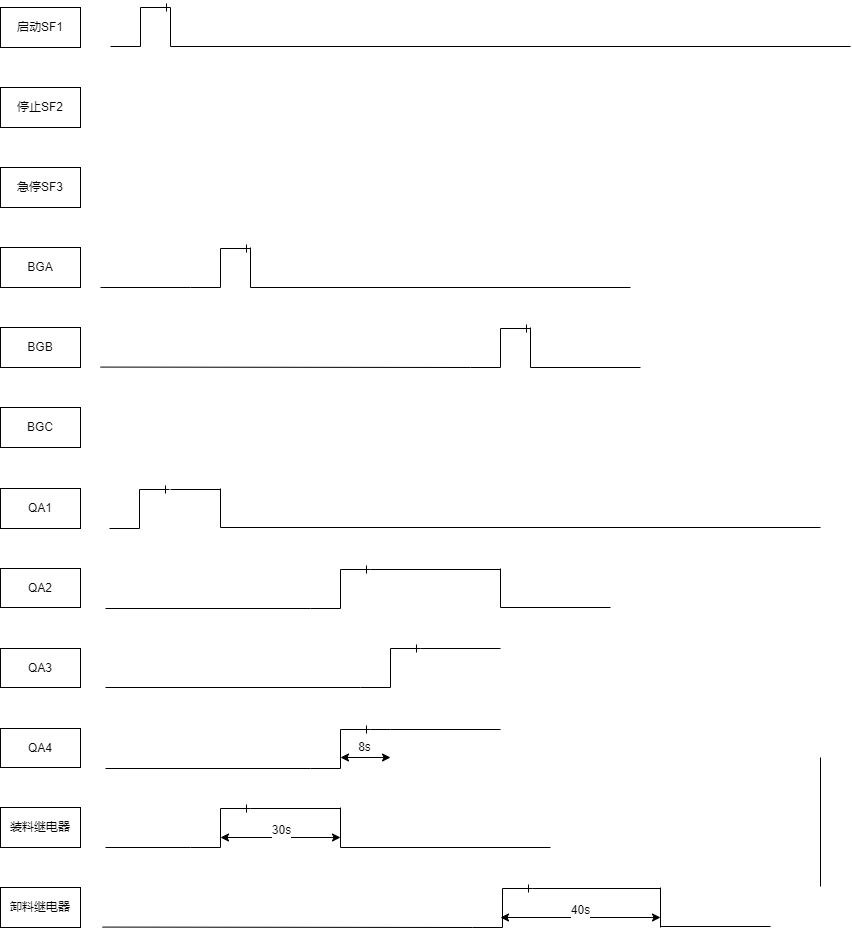
Above: timedia.drawio.png in mj-allk/mjalk (draw.io), before the change. Source tidied: cells renumbered, new cells last; positions are measured from the earlier drawing's top-left corner, leaving out a move shared by most shapes.
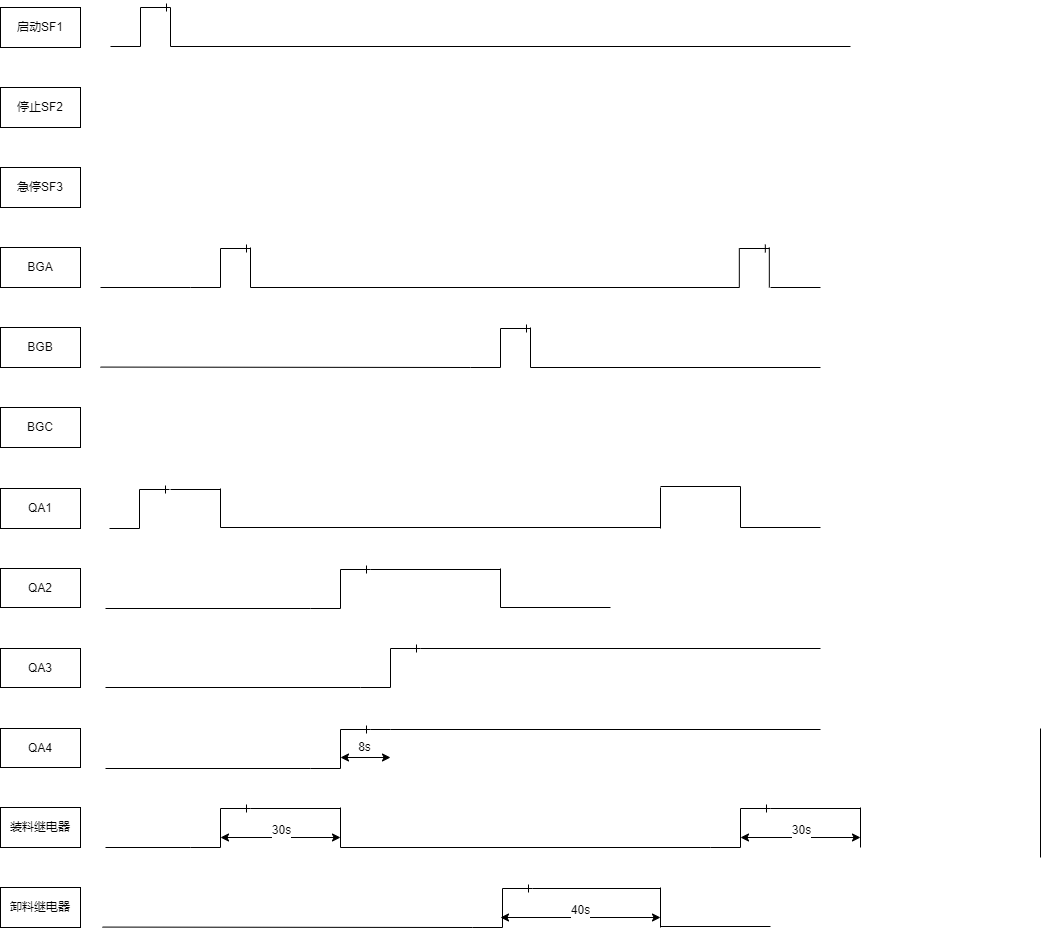
The same file after the commit.

Diff of the diagram source:
```diff
@@ -72,7 +72,7 @@
       </mxGeometry>
     </mxCell>
     <mxCell id="19" style="line;strokeWidth=1;dashed=0;labelPosition=right;align=left;verticalAlign=middle;spacingTop=0;spacingLeft=6;" parent="1" vertex="1">
-      <mxGeometry x="220" y="515" width="600" height="10" as="geometry" />
+      <mxGeometry x="220" y="515" width="440" height="10" as="geometry" />
     </mxCell>
     <mxCell id="20" style="endArrow=none;html=1;rounded=0;" parent="1" edge="1">
       <mxGeometry relative="1" as="geometry">
@@ -87,7 +87,7 @@
       </mxGeometry>
     </mxCell>
     <mxCell id="22" style="line;strokeWidth=1;dashed=0;labelPosition=right;align=left;verticalAlign=middle;spacingTop=0;spacingLeft=6;" parent="1" vertex="1">
-      <mxGeometry x="250" y="275" width="380" height="10" as="geometry" />
+      <mxGeometry x="250" y="275" width="460" height="10" as="geometry" />
     </mxCell>
     <mxCell id="23" value="装料继电器" style="rounded=0;whiteSpace=wrap;html=1;" parent="1" vertex="1">
       <mxGeometry y="800" width="80" height="40" as="geometry" />
@@ -123,8 +123,8 @@
     </mxCell>
     <mxCell id="30" style="endArrow=none;html=1;rounded=0;" parent="1" edge="1">
       <mxGeometry relative="1" as="geometry">
-        <mxPoint x="820" y="879" as="sourcePoint" />
-        <mxPoint x="820" y="750" as="targetPoint" />
+        <mxPoint x="1040" y="850" as="sourcePoint" />
+        <mxPoint x="1040" y="721" as="targetPoint" />
       </mxGeometry>
     </mxCell>
     <mxCell id="31" style="endArrow=none;html=1;rounded=0;" parent="1" edge="1">
@@ -148,7 +148,7 @@
     <mxCell id="34" style="endArrow=none;html=1;rounded=0;" parent="1" edge="1">
       <mxGeometry relative="1" as="geometry">
         <mxPoint x="340" y="840" as="sourcePoint" />
-        <mxPoint x="550" y="840" as="targetPoint" />
+        <mxPoint x="710" y="840" as="targetPoint" />
       </mxGeometry>
     </mxCell>
     <mxCell id="35" style="endArrow=none;html=1;rounded=0;" parent="1" edge="1">
@@ -196,13 +196,13 @@
     <mxCell id="43" style="endArrow=none;html=1;rounded=0;fontSize=12;" parent="1" edge="1">
       <mxGeometry relative="1" as="geometry">
         <mxPoint x="420" y="641" as="sourcePoint" />
-        <mxPoint x="500" y="641" as="targetPoint" />
+        <mxPoint x="820" y="641" as="targetPoint" />
       </mxGeometry>
     </mxCell>
     <mxCell id="44" style="endArrow=none;html=1;rounded=0;fontSize=12;" parent="1" edge="1">
       <mxGeometry relative="1" as="geometry">
         <mxPoint x="390" y="722" as="sourcePoint" />
-        <mxPoint x="500" y="722" as="targetPoint" />
+        <mxPoint x="820" y="722" as="targetPoint" />
       </mxGeometry>
     </mxCell>
     <mxCell id="45" style="edgeStyle=entityRelationEdgeStyle;fontSize=12;html=1;endArrow=ERone;endFill=1;rounded=0;" parent="1" edge="1">
@@ -218,7 +218,7 @@
       </mxGeometry>
     </mxCell>
     <mxCell id="47" style="line;strokeWidth=1;dashed=0;labelPosition=right;align=left;verticalAlign=middle;spacingTop=0;spacingLeft=6;" parent="1" vertex="1">
-      <mxGeometry x="530" y="355" width="110" height="10" as="geometry" />
+      <mxGeometry x="530" y="355" width="290" height="10" as="geometry" />
     </mxCell>
     <mxCell id="48" style="endArrow=none;html=1;rounded=0;" parent="1" edge="1">
       <mxGeometry relative="1" as="geometry">
@@ -270,5 +270,67 @@
     <mxCell id="57" style="line;strokeWidth=1;dashed=0;labelPosition=right;align=left;verticalAlign=middle;spacingTop=0;spacingLeft=6;" parent="1" vertex="1">
       <mxGeometry x="660" y="914" width="110" height="10" as="geometry" />
     </mxCell>
+    <mxCell id="58" style="endArrow=none;html=1;rounded=0;" parent="1" edge="1">
+      <mxGeometry relative="1" as="geometry">
+        <mxPoint x="660" y="521" as="sourcePoint" />
+        <mxPoint x="660" y="480" as="targetPoint" />
+      </mxGeometry>
+    </mxCell>
+    <mxCell id="59" style="line;strokeWidth=1;dashed=0;labelPosition=right;align=left;verticalAlign=middle;spacingTop=0;spacingLeft=6;" parent="1" vertex="1">
+      <mxGeometry x="660" y="474" width="80" height="10" as="geometry" />
+    </mxCell>
+    <mxCell id="60" style="edgeStyle=entityRelationEdgeStyle;fontSize=12;html=1;endArrow=ERone;endFill=1;rounded=0;" parent="1" edge="1">
+      <mxGeometry relative="1" as="geometry">
+        <mxPoint x="708.8" y="280" as="sourcePoint" />
+        <mxPoint x="768.8" y="241" as="targetPoint" />
+      </mxGeometry>
+    </mxCell>
+    <mxCell id="61" style="endArrow=none;html=1;rounded=0;" parent="1" edge="1">
+      <mxGeometry relative="1" as="geometry">
+        <mxPoint x="768.8" y="280" as="sourcePoint" />
+        <mxPoint x="768.8" y="240" as="targetPoint" />
+      </mxGeometry>
+    </mxCell>
+    <mxCell id="62" style="endArrow=none;html=1;rounded=0;" parent="1" edge="1">
+      <mxGeometry relative="1" as="geometry">
+        <mxPoint x="740" y="520" as="sourcePoint" />
+        <mxPoint x="740" y="479" as="targetPoint" />
+      </mxGeometry>
+    </mxCell>
+    <mxCell id="63" style="line;strokeWidth=1;dashed=0;labelPosition=right;align=left;verticalAlign=middle;spacingTop=0;spacingLeft=6;" parent="1" vertex="1">
+      <mxGeometry x="740" y="515" width="80" height="10" as="geometry" />
+    </mxCell>
+    <mxCell id="64" style="line;strokeWidth=1;dashed=0;labelPosition=right;align=left;verticalAlign=middle;spacingTop=0;spacingLeft=6;" parent="1" vertex="1">
+      <mxGeometry x="770" y="275" width="50" height="10" as="geometry" />
+    </mxCell>
+    <mxCell id="65" style="edgeStyle=entityRelationEdgeStyle;fontSize=12;html=1;endArrow=ERone;endFill=1;rounded=0;" parent="1" edge="1">
+      <mxGeometry relative="1" as="geometry">
+        <mxPoint x="710" y="840" as="sourcePoint" />
+        <mxPoint x="770" y="801" as="targetPoint" />
+      </mxGeometry>
+    </mxCell>
+    <mxCell id="66" style="endArrow=none;html=1;rounded=0;" parent="1" edge="1">
+      <mxGeometry relative="1" as="geometry">
+        <mxPoint x="770" y="801" as="sourcePoint" />
+        <mxPoint x="860" y="801" as="targetPoint" />
+      </mxGeometry>
+    </mxCell>
+    <mxCell id="67" style="endArrow=classic;startArrow=classic;html=1;rounded=0;fontSize=18;" parent="1" edge="1">
+      <mxGeometry relative="1" as="geometry">
+        <mxPoint x="740" y="830" as="sourcePoint" />
+        <mxPoint x="860" y="830" as="targetPoint" />
+      </mxGeometry>
+    </mxCell>
+    <mxCell id="68" value="&lt;font style=&quot;font-size: 12px&quot;&gt;30s&lt;/font&gt;" style="edgeLabel;html=1;align=center;verticalAlign=middle;fontSize=18;" parent="67" vertex="1">
+      <mxGeometry x="0.31" y="-3" relative="1" as="geometry">
+        <mxPoint x="-18" y="-13" as="offset" />
+      </mxGeometry>
+    </mxCell>
+    <mxCell id="69" style="endArrow=none;html=1;rounded=0;" parent="1" edge="1">
+      <mxGeometry relative="1" as="geometry">
+        <mxPoint x="860" y="840" as="sourcePoint" />
+        <mxPoint x="860" y="800" as="targetPoint" />
+      </mxGeometry>
+    </mxCell>
   </root>
 </mxGraphModel>
```
